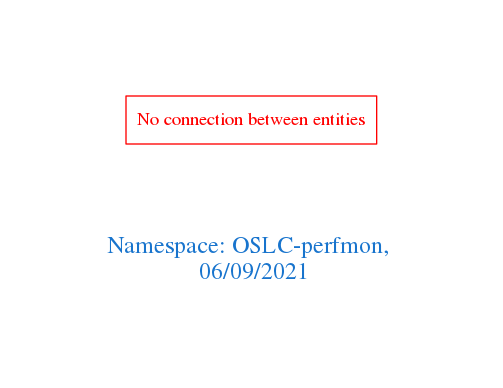
arago/OGIT keeps this Graphviz diagram as downloads/OSLC-perfmon.png. Above is the earlier version. Its source is kept beside it as downloads/OSLC-perfmon.dot.
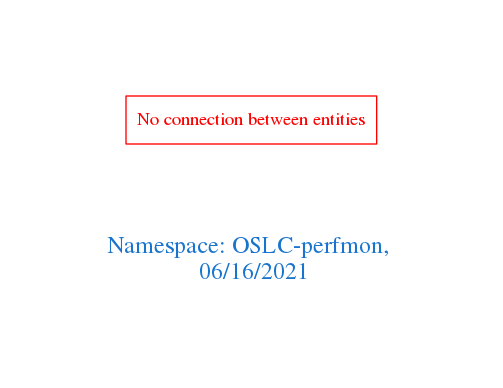
Later version of the same file.

The edit, as a diff of the source:
```diff
@@ -1,7 +1,7 @@
 digraph OGIT_ontology {
  graph [ rankdir= LR,pad=1
 fontsize = 18,
-fontcolor= dodgerblue3,label = "\n\n\nNamespace: OSLC-perfmon, \n 06/09/2021"];
+fontcolor= dodgerblue3,label = "\n\n\nNamespace: OSLC-perfmon, \n 06/16/2021"];
 node[shape=polygon];
 edge [  color="gray81"];
 
```
